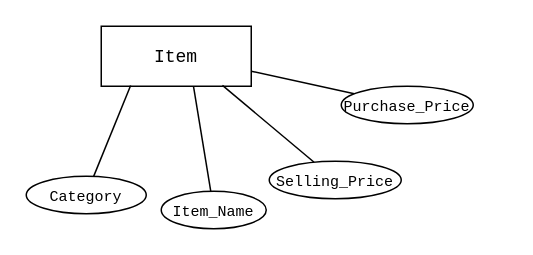
Before: POS.drawio in AmilSrinath/New-POS, a draw.io diagram. Source tidied: cells renumbered, new cells numbered last; positions are measured from the earlier drawing's top-left corner, leaving out a move shared by most shapes. Both pictures are drawn from the tidied source at 150%, with x=0, y=0 at pixel (26, 26).
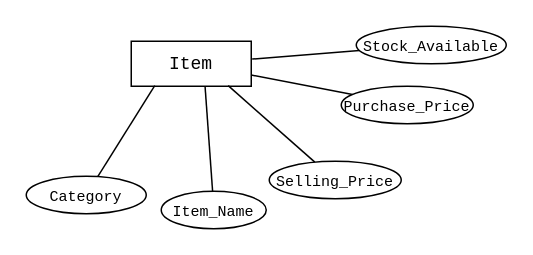
After the change.

The edit, as a diff of the source:
```diff
@@
 <mxGraphModel>
   <root>
     <mxCell id="0" />
     <mxCell id="1" parent="0" />
     <mxCell id="2" value="&lt;font face=&quot;Courier New&quot;&gt;Item&lt;/font&gt;" style="whiteSpace=wrap;html=1;align=center;" parent="1" vertex="1">
-      <mxGeometry x="50" width="100" height="40" as="geometry" />
+      <mxGeometry x="70" y="10" width="80" height="30" as="geometry" />
     </mxCell>
     <mxCell id="3" style="rounded=0;jettySize=auto;html=1;entryX=0.196;entryY=0.986;entryDx=0;entryDy=0;entryPerimeter=0;endArrow=none;endFill=0;" parent="1" edge="1" source="4" target="2">
       <mxGeometry relative="1" as="geometry" />
     </mxCell>
     <mxCell id="4" value="&lt;div style=&quot;&quot;&gt;&lt;span style=&quot;font-size: 10px;&quot;&gt;&lt;font face=&quot;Courier New&quot;&gt;Category&lt;/font&gt;&lt;/span&gt;&lt;/div&gt;" style="ellipse;whiteSpace=wrap;html=1;align=center;" parent="1" vertex="1">
       <mxGeometry y="100" width="80" height="25" as="geometry" />
     </mxCell>
     <mxCell id="5" style="rounded=0;jettySize=auto;html=1;endArrow=none;endFill=0;entryX=0.615;entryY=1.001;entryDx=0;entryDy=0;entryPerimeter=0;" parent="1" edge="1" source="6" target="2">
       <mxGeometry relative="1" as="geometry" />
     </mxCell>
     <mxCell id="6" value="&lt;font face=&quot;Courier New&quot; style=&quot;font-size: 10px;&quot;&gt;Item_Name&lt;/font&gt;" style="ellipse;whiteSpace=wrap;html=1;align=center;" parent="1" vertex="1">
       <mxGeometry x="90" y="110" width="70" height="25" as="geometry" />
     </mxCell>
     <mxCell id="7" style="rounded=0;jettySize=auto;html=1;endArrow=none;endFill=0;entryX=0.808;entryY=0.986;entryDx=0;entryDy=0;entryPerimeter=0;" parent="1" edge="1" source="8" target="2">
       <mxGeometry relative="1" as="geometry" />
     </mxCell>
     <mxCell id="8" value="&lt;font face=&quot;Courier New&quot; style=&quot;font-size: 10px;&quot;&gt;Selling_Price&lt;/font&gt;" style="ellipse;whiteSpace=wrap;html=1;align=center;" parent="1" vertex="1">
       <mxGeometry x="162" y="90" width="88" height="25" as="geometry" />
     </mxCell>
     <mxCell id="9" style="rounded=0;jettySize=auto;html=1;endArrow=none;endFill=0;entryX=1;entryY=0.75;entryDx=0;entryDy=0;" parent="1" edge="1" source="10" target="2">
       <mxGeometry relative="1" as="geometry" />
     </mxCell>
     <mxCell id="10" value="&lt;font face=&quot;Courier New&quot;&gt;&lt;font size=&quot;1&quot;&gt;Purchase_Price&lt;/font&gt;&lt;/font&gt;" style="ellipse;whiteSpace=wrap;html=1;align=center;" parent="1" vertex="1">
       <mxGeometry x="210" y="40" width="88" height="25" as="geometry" />
     </mxCell>
+    <mxCell id="11" style="rounded=0;jettySize=auto;html=1;endArrow=none;endFill=0;entryX=1.008;entryY=0.395;entryDx=0;entryDy=0;entryPerimeter=0;" parent="1" edge="1" source="12" target="2">
+      <mxGeometry relative="1" as="geometry" />
+    </mxCell>
+    <mxCell id="12" value="&lt;font face=&quot;Courier New&quot;&gt;&lt;font size=&quot;1&quot;&gt;Stock_Available&lt;/font&gt;&lt;/font&gt;" style="ellipse;whiteSpace=wrap;html=1;align=center;" parent="1" vertex="1">
+      <mxGeometry x="220" width="100" height="25" as="geometry" />
+    </mxCell>
   </root>
 </mxGraphModel>
```
